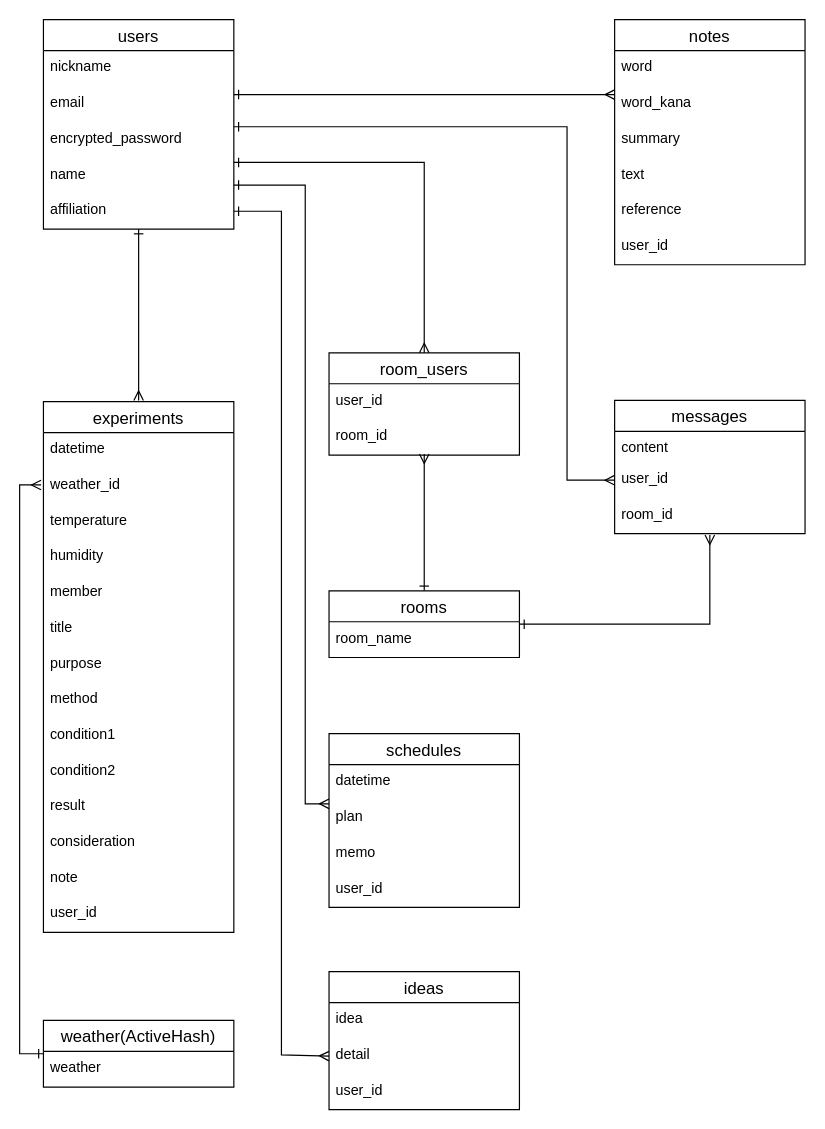
This is support_lab.dio from 30155/support_lab, a draw.io file, before an edit. Source tidied: cells renumbered, new cells numbered last; positions are measured from the earlier drawing's top-left corner, leaving out a move shared by most shapes. Both pictures are drawn from the tidied source at 119%, with x=0, y=0 at pixel (19, 19).
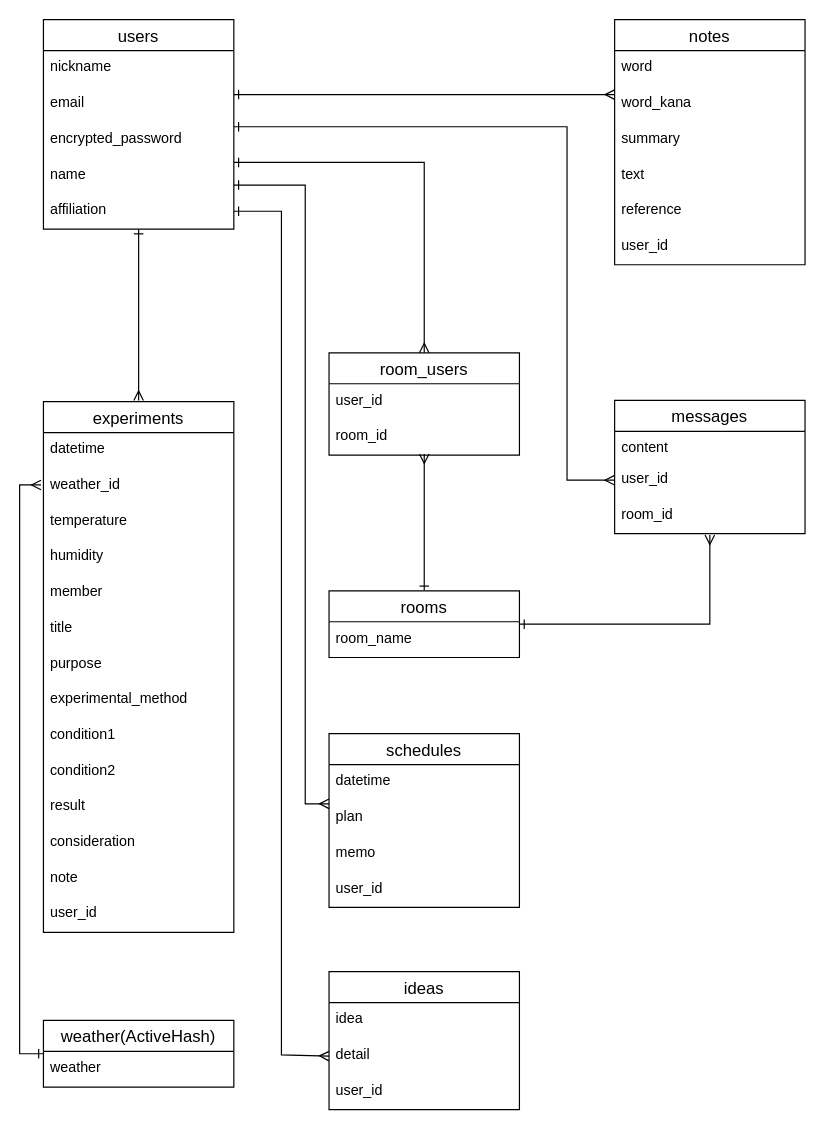
The same diagram, later.

Commit message (it also covers changes not shown here):
カラム名の変更(Method)

Unchanged cells that the change refers to:
```xml
<mxCell id="41" value="experiments" style="swimlane;fontStyle=0;horizontal=1;startSize=26;align=center;fontSize=14;" parent="1" vertex="1">
  <mxGeometry x="20" y="321" width="160" height="446" as="geometry" />
</mxCell>
```

Diff of the diagram source:
```diff
@@
-    <mxCell id="49" value="method" style="text;strokeColor=none;fillColor=none;spacingLeft=4;spacingRight=4;overflow=hidden;fontSize=12;" parent="41" vertex="1">
+    <mxCell id="49" value="experimental_method" style="text;strokeColor=none;fillColor=none;spacingLeft=4;spacingRight=4;overflow=hidden;fontSize=12;" parent="41" vertex="1">
       <mxGeometry y="236" width="160" height="30" as="geometry" />
     </mxCell>
```
